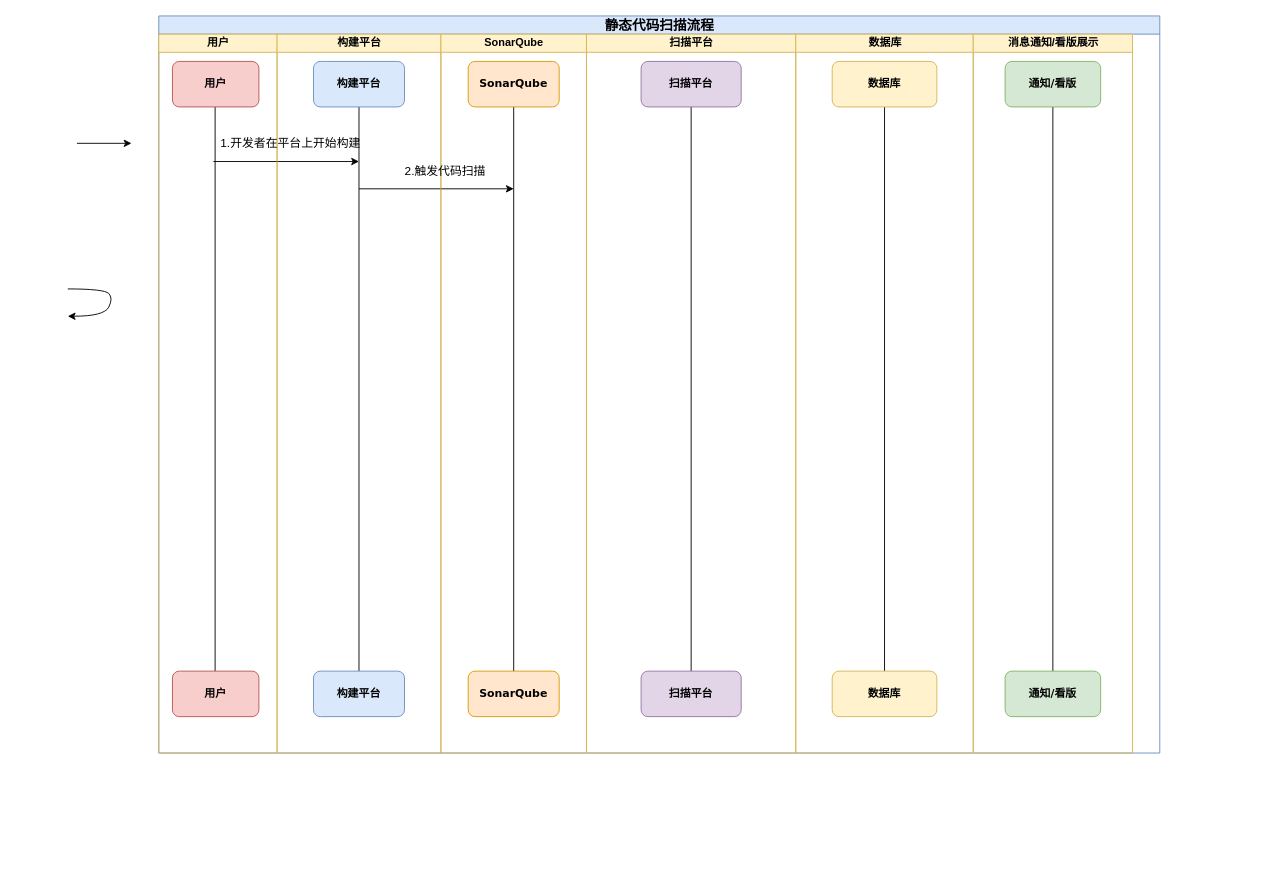
Above: 好未来/静态代码扫描/代码扫描-流程图.drawio in dongjinmin-710/my-darwio (draw.io), before the change. Source tidied: cells renumbered, new cells numbered last; positions are measured from the earlier drawing's top-left corner, leaving out a move shared by most shapes. Both pictures are drawn from the tidied source at 91%, with x=0, y=0 at pixel (67, 15).
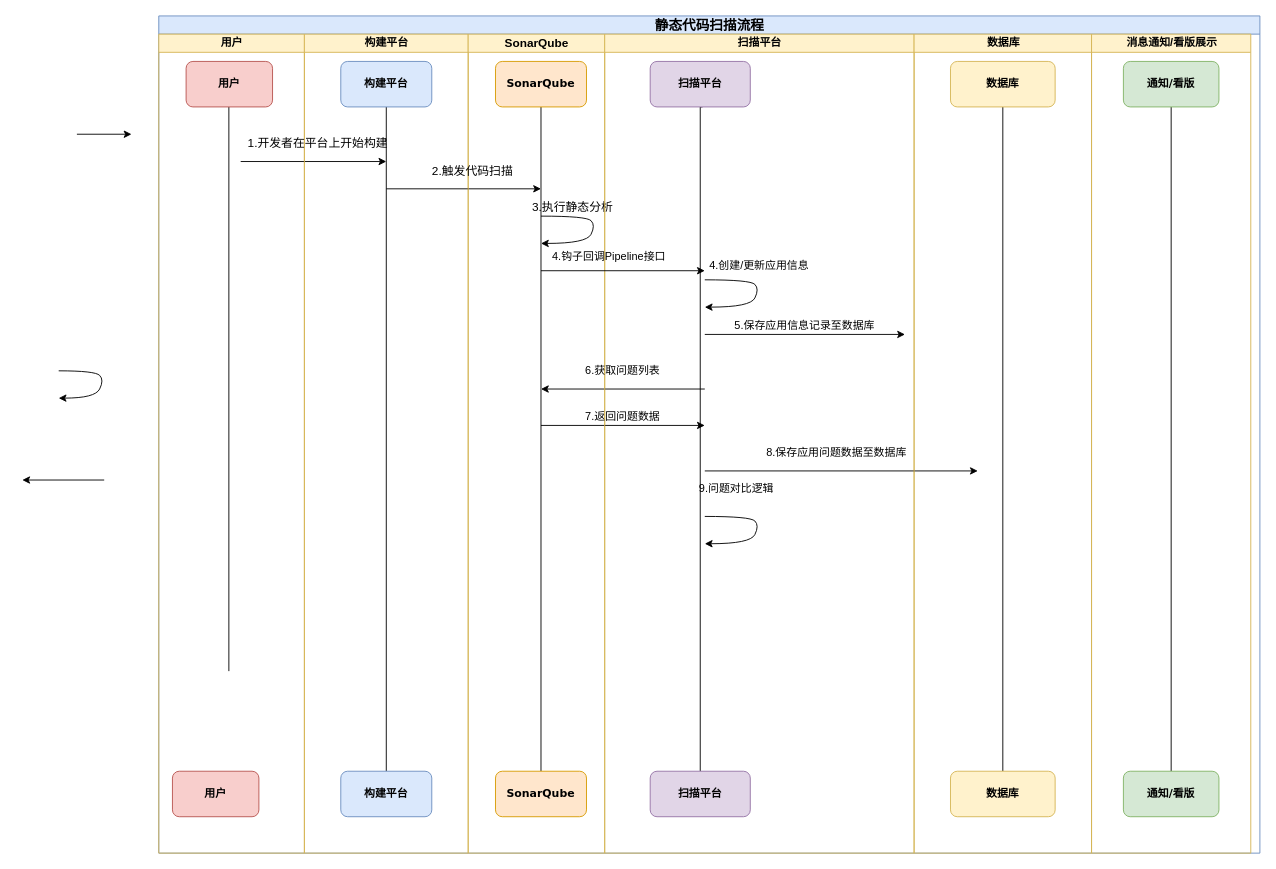
Above is the later version.

Commit message:
更新代码扫描-流程图.drawio

Diff of the diagram source:
```diff
@@
     <mxCell id="2" value="&lt;span style=&quot;font-size: 15px;&quot;&gt;静态代码扫描流程&lt;/span&gt;" style="swimlane;html=1;startSize=20;rounded=0;shadow=0;labelBackgroundColor=none;strokeWidth=1;fontFamily=Verdana;fontSize=8;align=center;fillColor=#dae8fc;strokeColor=#6c8ebf;" parent="1" vertex="1">
-      <mxGeometry x="100" width="1100" height="810" as="geometry" />
+      <mxGeometry x="100" width="1210" height="920" as="geometry" />
     </mxCell>
     <mxCell id="3" value="用户" style="swimlane;html=1;startSize=20;fillColor=#fff2cc;strokeColor=#d6b656;" parent="2" vertex="1">
-      <mxGeometry y="20" width="130" height="790" as="geometry" />
+      <mxGeometry y="20" width="160" height="900" as="geometry" />
     </mxCell>
     <mxCell id="4" style="edgeStyle=orthogonalEdgeStyle;rounded=0;orthogonalLoop=1;jettySize=auto;html=1;startArrow=none;startFill=0;strokeColor=default;endArrow=none;endFill=0;" parent="3" edge="1">
       <mxGeometry relative="1" as="geometry">
-        <mxPoint x="61.9" y="80" as="sourcePoint" />
-        <mxPoint x="61.9" y="700" as="targetPoint" />
+        <mxPoint x="77" y="80" as="sourcePoint" />
+        <mxPoint x="77" y="700" as="targetPoint" />
       </mxGeometry>
     </mxCell>
     <mxCell id="5" value="&lt;h5&gt;&lt;span style=&quot;font-size: 12px;&quot;&gt;用户&lt;/span&gt;&lt;/h5&gt;" style="rounded=1;whiteSpace=wrap;html=1;shadow=0;labelBackgroundColor=none;strokeWidth=1;fontFamily=Verdana;fontSize=8;align=center;fillColor=#f8cecc;strokeColor=#b85450;" parent="3" vertex="1">
-      <mxGeometry x="15" y="30" width="95" height="50" as="geometry" />
+      <mxGeometry x="30" y="30" width="95" height="50" as="geometry" />
     </mxCell>
     <mxCell id="6" value="&lt;h5&gt;&lt;span style=&quot;font-size: 12px;&quot;&gt;用户&lt;/span&gt;&lt;/h5&gt;" style="rounded=1;whiteSpace=wrap;html=1;shadow=0;labelBackgroundColor=none;strokeWidth=1;fontFamily=Verdana;fontSize=8;align=center;fillColor=#f8cecc;strokeColor=#b85450;" parent="3" vertex="1">
-      <mxGeometry x="15" y="700" width="95" height="50" as="geometry" />
+      <mxGeometry x="15" y="810" width="95" height="50" as="geometry" />
     </mxCell>
     <mxCell id="7" style="endArrow=classic;html=1;rounded=0;" parent="3" edge="1">
       <mxGeometry relative="1" as="geometry">
-        <mxPoint x="60" y="140" as="sourcePoint" />
-        <mxPoint x="220" y="140" as="targetPoint" />
+        <mxPoint x="90" y="140" as="sourcePoint" />
+        <mxPoint x="250" y="140" as="targetPoint" />
       </mxGeometry>
     </mxCell>
     <mxCell id="8" value="构建平台" style="swimlane;html=1;startSize=20;fillColor=#fff2cc;strokeColor=#d6b656;" parent="2" vertex="1">
-      <mxGeometry x="130" y="20" width="180" height="790" as="geometry" />
+      <mxGeometry x="160" y="20" width="180" height="900" as="geometry" />
     </mxCell>
@@
     <mxCell id="11" value="&lt;h5&gt;&lt;span style=&quot;font-size: 12px;&quot;&gt;构建平台&lt;/span&gt;&lt;/h5&gt;" style="rounded=1;whiteSpace=wrap;html=1;shadow=0;labelBackgroundColor=none;strokeWidth=1;fontFamily=Verdana;fontSize=8;align=center;fillColor=#dae8fc;strokeColor=#6c8ebf;" parent="8" vertex="1">
-      <mxGeometry x="40" y="700" width="100" height="50" as="geometry" />
+      <mxGeometry x="40" y="810" width="100" height="50" as="geometry" />
     </mxCell>
@@
-    <mxCell id="14" value="SonarQube" style="swimlane;html=1;startSize=20;fillColor=#fff2cc;strokeColor=#d6b656;" parent="2" vertex="1">
-      <mxGeometry x="310" y="20" width="160" height="790" as="geometry" />
+    <mxCell id="14" value="&lt;span style=&quot;font-size: 13px; text-wrap-mode: wrap;&quot;&gt;SonarQube&lt;/span&gt;" style="swimlane;html=1;startSize=20;fillColor=#fff2cc;strokeColor=#d6b656;" parent="2" vertex="1">
+      <mxGeometry x="340" y="20" width="150" height="900" as="geometry" />
     </mxCell>
@@
     <mxCell id="17" value="&lt;span style=&quot;font-size: 12px;&quot;&gt;&lt;b&gt;SonarQube&lt;/b&gt;&lt;/span&gt;" style="rounded=1;whiteSpace=wrap;html=1;shadow=0;labelBackgroundColor=none;strokeWidth=1;fontFamily=Verdana;fontSize=8;align=center;fillColor=#ffe6cc;strokeColor=#d79b00;" parent="14" vertex="1">
-      <mxGeometry x="30" y="700" width="100" height="50" as="geometry" />
+      <mxGeometry x="30" y="810" width="100" height="50" as="geometry" />
     </mxCell>
@@
+    <mxCell id="39" value="&lt;span style=&quot;font-size: 13px;&quot;&gt;3.执行静态分析&lt;/span&gt;" style="text;html=1;whiteSpace=wrap;strokeColor=none;fillColor=none;align=center;verticalAlign=middle;rounded=0;" parent="14" vertex="1">
+      <mxGeometry x="30" y="180" width="170" height="20" as="geometry" />
+    </mxCell>
+    <mxCell id="40" style="curved=1;endArrow=classic;html=1;rounded=0;" parent="14" edge="1">
+      <mxGeometry relative="1" as="geometry">
+        <mxPoint x="80" y="200" as="sourcePoint" />
+        <mxPoint x="80" y="230" as="targetPoint" />
+        <Array as="points">
+          <mxPoint x="130" y="200" />
+          <mxPoint x="140" y="210" />
+          <mxPoint x="130" y="230" />
+        </Array>
+      </mxGeometry>
+    </mxCell>
+    <mxCell id="41" style="endArrow=classic;html=1;rounded=0;" parent="14" edge="1">
+      <mxGeometry relative="1" as="geometry">
+        <mxPoint x="260" y="390" as="sourcePoint" />
+        <mxPoint x="80" y="390" as="targetPoint" />
+      </mxGeometry>
+    </mxCell>
+    <mxCell id="42" style="endArrow=classic;html=1;rounded=0;" parent="14" edge="1">
+      <mxGeometry relative="1" as="geometry">
+        <mxPoint x="80" y="430" as="sourcePoint" />
+        <mxPoint x="260" y="430" as="targetPoint" />
+      </mxGeometry>
+    </mxCell>
     <mxCell id="19" value="扫描平台" style="swimlane;html=1;startSize=20;fillColor=#fff2cc;strokeColor=#d6b656;" parent="2" vertex="1">
-      <mxGeometry x="470" y="20" width="230" height="790" as="geometry" />
+      <mxGeometry x="490" y="20" width="340" height="900" as="geometry" />
     </mxCell>
-    <mxCell id="20" style="edgeStyle=orthogonalEdgeStyle;rounded=0;jettySize=auto;html=1;entryX=0.5;entryY=0;entryDx=0;entryDy=0;endArrow=none;endFill=0;" parent="19" edge="1" source="21" target="22">
-      <mxGeometry relative="1" as="geometry" />
+    <mxCell id="20" style="edgeStyle=orthogonalEdgeStyle;rounded=0;jettySize=auto;html=1;entryX=0.5;entryY=0;entryDx=0;entryDy=0;endArrow=none;endFill=0;" parent="19" edge="1" target="22">
+      <mxGeometry relative="1" as="geometry">
+        <mxPoint x="107.5" y="80" as="sourcePoint" />
+        <Array as="points">
+          <mxPoint x="105" y="80" />
+        </Array>
+      </mxGeometry>
     </mxCell>
     <mxCell id="21" value="&lt;span style=&quot;font-size: 12px;&quot;&gt;&lt;b&gt;扫描平台&lt;/b&gt;&lt;/span&gt;" style="rounded=1;whiteSpace=wrap;html=1;shadow=0;labelBackgroundColor=none;strokeWidth=1;fontFamily=Verdana;fontSize=8;align=center;fillColor=#e1d5e7;strokeColor=#9673a6;" parent="19" vertex="1">
-      <mxGeometry x="60" y="30" width="110" height="50" as="geometry" />
+      <mxGeometry x="50" y="30" width="110" height="50" as="geometry" />
     </mxCell>
     <mxCell id="22" value="&lt;span style=&quot;font-size: 12px;&quot;&gt;&lt;b&gt;扫描平台&lt;/b&gt;&lt;/span&gt;" style="rounded=1;whiteSpace=wrap;html=1;shadow=0;labelBackgroundColor=none;strokeWidth=1;fontFamily=Verdana;fontSize=8;align=center;fillColor=#e1d5e7;strokeColor=#9673a6;" parent="19" vertex="1">
-      <mxGeometry x="60" y="700" width="110" height="50" as="geometry" />
+      <mxGeometry x="50" y="810" width="110" height="50" as="geometry" />
     </mxCell>
+    <mxCell id="43" style="endArrow=classic;html=1;rounded=0;" parent="19" edge="1">
+      <mxGeometry relative="1" as="geometry">
+        <mxPoint x="-70" y="260" as="sourcePoint" />
+        <mxPoint x="110" y="260" as="targetPoint" />
+      </mxGeometry>
+    </mxCell>
+    <mxCell id="44" style="curved=1;endArrow=classic;html=1;rounded=0;" parent="19" edge="1">
+      <mxGeometry relative="1" as="geometry">
+        <mxPoint x="110" y="270" as="sourcePoint" />
+        <mxPoint x="110" y="300" as="targetPoint" />
+        <Array as="points">
+          <mxPoint x="160" y="270" />
+          <mxPoint x="170" y="280" />
+          <mxPoint x="160" y="300" />
+        </Array>
+      </mxGeometry>
+    </mxCell>
+    <mxCell id="45" value="4.钩子回调Pipeline接口" style="text;html=1;whiteSpace=wrap;strokeColor=none;fillColor=none;align=center;verticalAlign=middle;rounded=0;" parent="19" vertex="1">
+      <mxGeometry x="-60" y="220" width="130" height="50" as="geometry" />
+    </mxCell>
+    <mxCell id="46" style="endArrow=classic;html=1;rounded=0;" parent="19" edge="1">
+      <mxGeometry relative="1" as="geometry">
+        <mxPoint x="110" y="330" as="sourcePoint" />
+        <mxPoint x="330" y="330" as="targetPoint" />
+      </mxGeometry>
+    </mxCell>
+    <mxCell id="47" value="5.保存应用信息记录至数据库" style="text;html=1;whiteSpace=wrap;strokeColor=none;fillColor=none;align=center;verticalAlign=middle;rounded=0;" parent="19" vertex="1">
+      <mxGeometry x="140" y="310" width="160" height="20" as="geometry" />
+    </mxCell>
+    <mxCell id="48" value="8.保存应用问题数据至数据库" style="text;html=1;whiteSpace=wrap;strokeColor=none;fillColor=none;align=center;verticalAlign=middle;rounded=0;" parent="19" vertex="1">
+      <mxGeometry x="170" y="450" width="170" height="20" as="geometry" />
+    </mxCell>
+    <mxCell id="49" value="6.获取问题列表" style="text;html=1;whiteSpace=wrap;strokeColor=none;fillColor=none;align=center;verticalAlign=middle;rounded=0;" parent="19" vertex="1">
+      <mxGeometry x="-40" y="360" width="120" height="20" as="geometry" />
+    </mxCell>
+    <mxCell id="50" value="7.返回问题数据" style="text;html=1;whiteSpace=wrap;strokeColor=none;fillColor=none;align=center;verticalAlign=middle;rounded=0;" parent="19" vertex="1">
+      <mxGeometry x="-40" y="410" width="120" height="20" as="geometry" />
+    </mxCell>
+    <mxCell id="51" style="endArrow=classic;html=1;rounded=0;" parent="19" edge="1">
+      <mxGeometry relative="1" as="geometry">
+        <mxPoint x="110" y="480" as="sourcePoint" />
+        <mxPoint x="410" y="480" as="targetPoint" />
+      </mxGeometry>
+    </mxCell>
+    <mxCell id="52" style="curved=1;endArrow=classic;html=1;rounded=0;" parent="19" edge="1">
+      <mxGeometry relative="1" as="geometry">
+        <mxPoint x="110" y="530" as="sourcePoint" />
+        <mxPoint x="110" y="560" as="targetPoint" />
+        <Array as="points">
+          <mxPoint x="160" y="530" />
+          <mxPoint x="170" y="540" />
+          <mxPoint x="160" y="560" />
+        </Array>
+      </mxGeometry>
+    </mxCell>
+    <mxCell id="53" value="9.问题对比逻辑" style="text;html=1;whiteSpace=wrap;strokeColor=none;fillColor=none;align=center;verticalAlign=middle;rounded=0;" parent="19" vertex="1">
+      <mxGeometry x="60" y="490" width="170" height="20" as="geometry" />
+    </mxCell>
     <mxCell id="23" value="数据库" style="swimlane;html=1;startSize=20;fillColor=#fff2cc;strokeColor=#d6b656;" parent="2" vertex="1">
-      <mxGeometry x="700" y="20" width="195" height="790" as="geometry" />
+      <mxGeometry x="830" y="20" width="195" height="900" as="geometry" />
     </mxCell>
@@
     <mxCell id="29" value="&lt;b&gt;数据库&lt;/b&gt;" style="rounded=1;whiteSpace=wrap;html=1;fillColor=#fff2cc;strokeColor=#d6b656;" parent="23" vertex="1">
-      <mxGeometry x="40" y="700" width="115" height="50" as="geometry" />
+      <mxGeometry x="40" y="810" width="115" height="50" as="geometry" />
     </mxCell>
     <mxCell id="30" value="消息通知/看版展示" style="swimlane;html=1;startSize=20;fillColor=#fff2cc;strokeColor=#d6b656;" parent="2" vertex="1">
-      <mxGeometry x="895" y="20" width="175" height="790" as="geometry" />
+      <mxGeometry x="1025" y="20" width="175" height="900" as="geometry" />
     </mxCell>
@@
     <mxCell id="36" value="&lt;b style=&quot;font-size: 12px;&quot;&gt;通知/看版&lt;/b&gt;" style="rounded=1;whiteSpace=wrap;html=1;shadow=0;labelBackgroundColor=none;strokeWidth=1;fontFamily=Verdana;fontSize=8;align=center;fillColor=#d5e8d4;strokeColor=#82b366;" parent="30" vertex="1">
-      <mxGeometry x="35" y="700" width="105" height="50" as="geometry" />
+      <mxGeometry x="35" y="810" width="105" height="50" as="geometry" />
     </mxCell>
     <mxCell id="37" style="endArrow=classic;html=1;rounded=0;" parent="1" edge="1">
       <mxGeometry relative="1" as="geometry">
-        <mxPoint x="10" y="140" as="sourcePoint" />
-        <mxPoint x="70" y="140" as="targetPoint" />
+        <mxPoint x="10" y="130" as="sourcePoint" />
+        <mxPoint x="70" y="130" as="targetPoint" />
       </mxGeometry>
     </mxCell>
-    <mxCell id="38" style="curved=1;endArrow=classic;html=1;rounded=0;" parent="1" edge="1">
-      <mxGeometry relative="1" as="geometry">
-        <mxPoint y="300" as="sourcePoint" />
-        <mxPoint y="330" as="targetPoint" />
-        <Array as="points">
-          <mxPoint x="40" y="300" />
-          <mxPoint x="50" y="310" />
-          <mxPoint x="40" y="330" />
-        </Array>
-      </mxGeometry>
-    </mxCell>
+    <mxCell id="54" style="curved=1;endArrow=classic;html=1;rounded=0;" parent="1" edge="1">
+      <mxGeometry relative="1" as="geometry">
+        <mxPoint x="-10" y="390" as="sourcePoint" />
+        <mxPoint x="-10" y="420" as="targetPoint" />
+        <Array as="points">
+          <mxPoint x="30" y="390" />
+          <mxPoint x="40" y="400" />
+          <mxPoint x="30" y="420" />
+        </Array>
+      </mxGeometry>
+    </mxCell>
+    <mxCell id="55" value="4.创建/更新应用信息" style="text;html=1;whiteSpace=wrap;strokeColor=none;fillColor=none;align=center;verticalAlign=middle;rounded=0;" parent="1" vertex="1">
+      <mxGeometry x="700" y="260" width="120" height="30" as="geometry" />
+    </mxCell>
+    <mxCell id="56" style="endArrow=classic;html=1;rounded=0;" parent="1" edge="1">
+      <mxGeometry relative="1" as="geometry">
+        <mxPoint x="40" y="510" as="sourcePoint" />
+        <mxPoint x="-50" y="510" as="targetPoint" />
+      </mxGeometry>
+    </mxCell>
```
